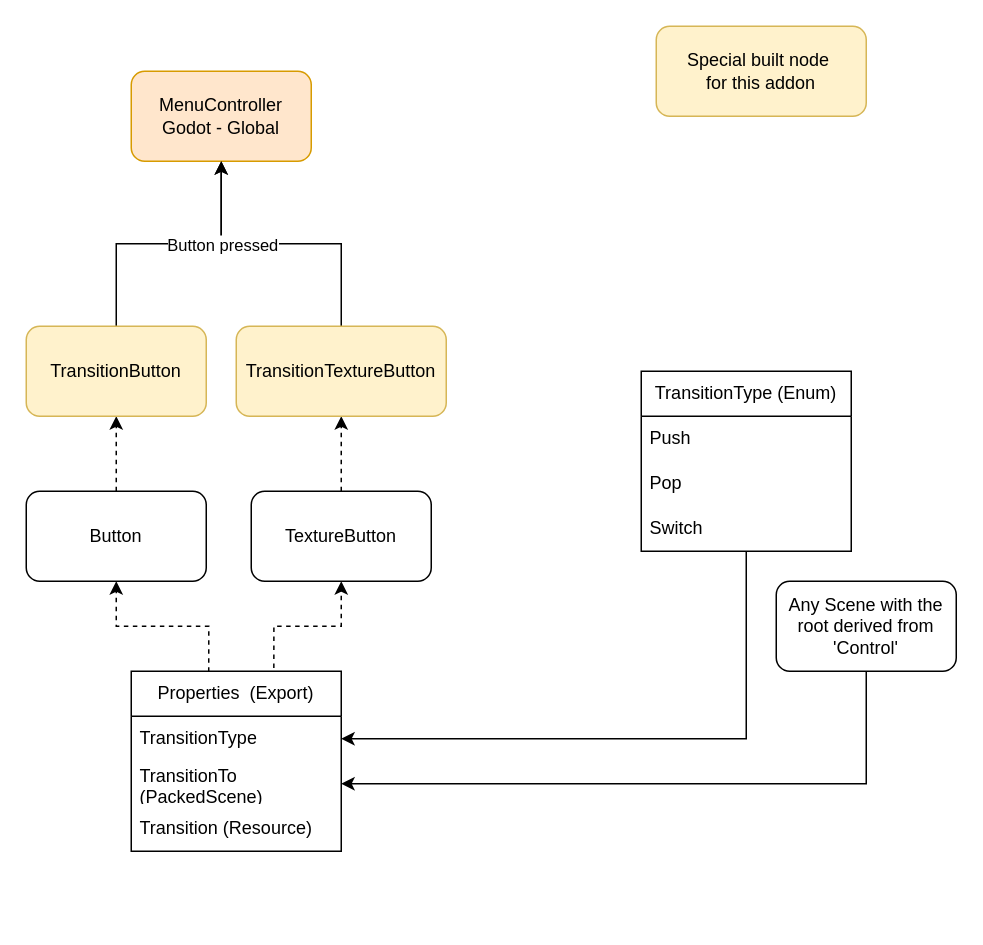
This is page "RelationOfNodes" (1 of 5) of MenuTransitions.drawio from MikyGus/GodotAddonMenuSystem, a draw.io file, before an edit. Source tidied: cells renumbered, new cells numbered last; positions are measured from the earlier drawing's top-left corner, leaving out a move shared by most shapes. Both pictures are drawn from the tidied source at 150%, with x=0, y=0 at pixel (26, 26).
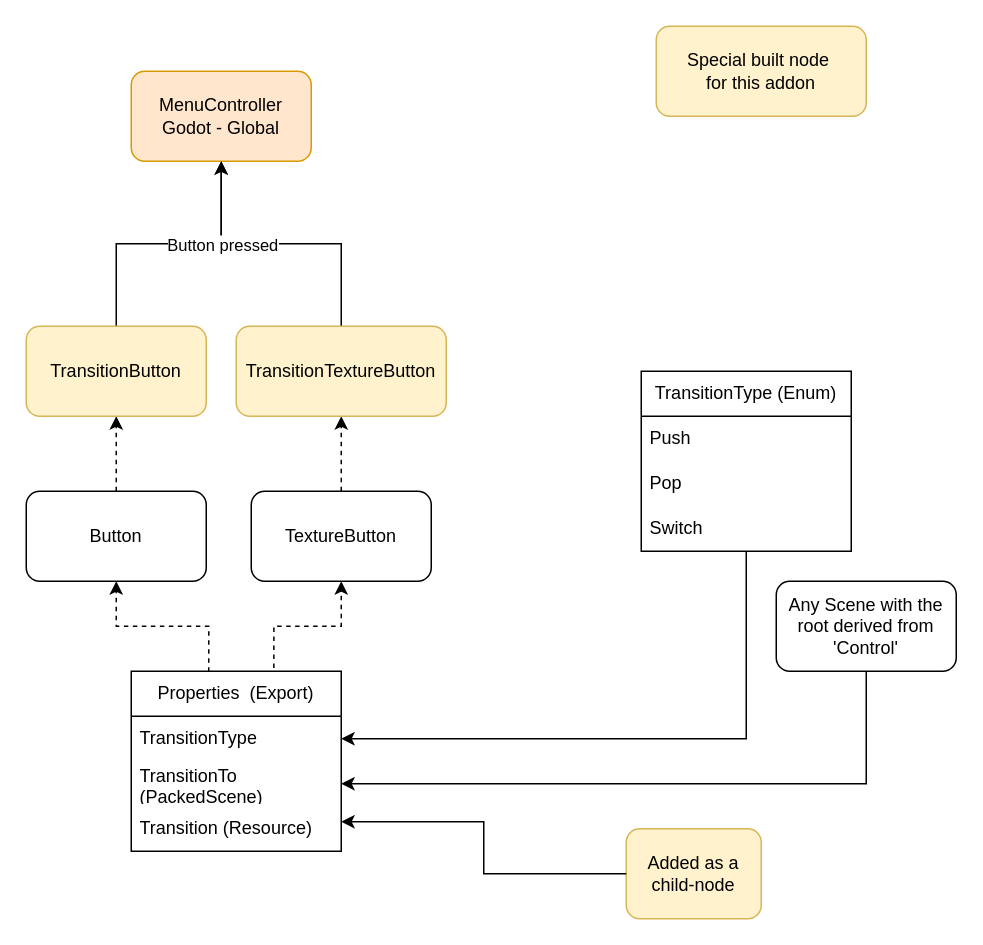
The same page after the edit.

The change refers to these unchanged cells:
```xml
<mxCell id="15" value="Transition (Resource)" style="text;strokeColor=none;fillColor=none;align=left;verticalAlign=middle;spacingLeft=4;spacingRight=4;overflow=hidden;points=[[0,0.5],[1,0.5]];portConstraint=eastwest;whiteSpace=wrap;html=1;" parent="12" vertex="1">
  <mxGeometry y="90" width="140" height="30" as="geometry" />
</mxCell>
```

What changed in the source:
```diff
@@
+    <mxCell id="26" value="Added as a child-node" style="rounded=1;whiteSpace=wrap;html=1;fillColor=#fff2cc;strokeColor=#d6b656;" parent="1" vertex="1">
+      <mxGeometry x="400" y="535" width="90" height="60" as="geometry" />
+    </mxCell>
+    <mxCell id="27" style="edgeStyle=orthogonalEdgeStyle;rounded=0;jettySize=auto;html=1;entryX=1;entryY=0.344;entryDx=0;entryDy=0;entryPerimeter=0;" parent="1" edge="1" source="26" target="15">
+      <mxGeometry relative="1" as="geometry" />
+    </mxCell>
```
